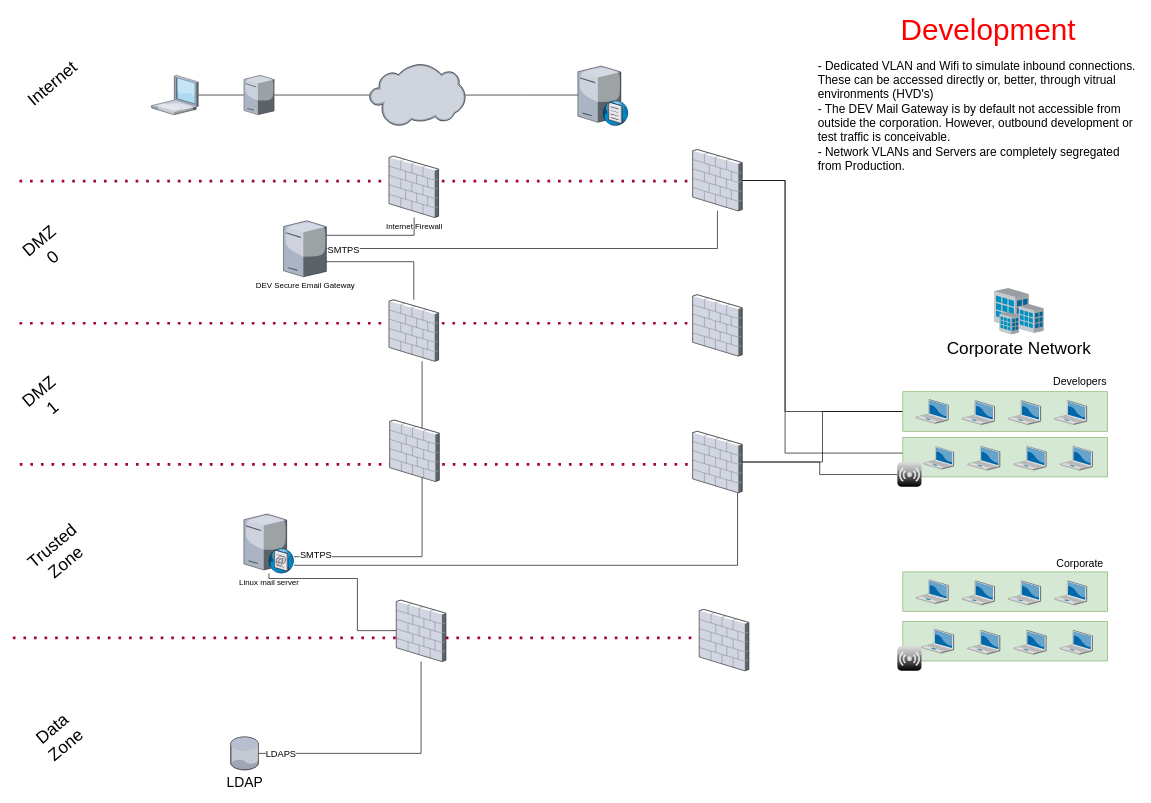
Earlier version of the draw.io diagram page "high level DEV" (3 of 4) of SMTP Gateway.drawio (dachachacha/dotfiles). Source tidied: cells renumbered, new cells numbered last; positions are measured from the earlier drawing's top-left corner, leaving out a move shared by most shapes. Both pictures are drawn from the tidied source at 66%, with x=0, y=0 at pixel (13, 17).
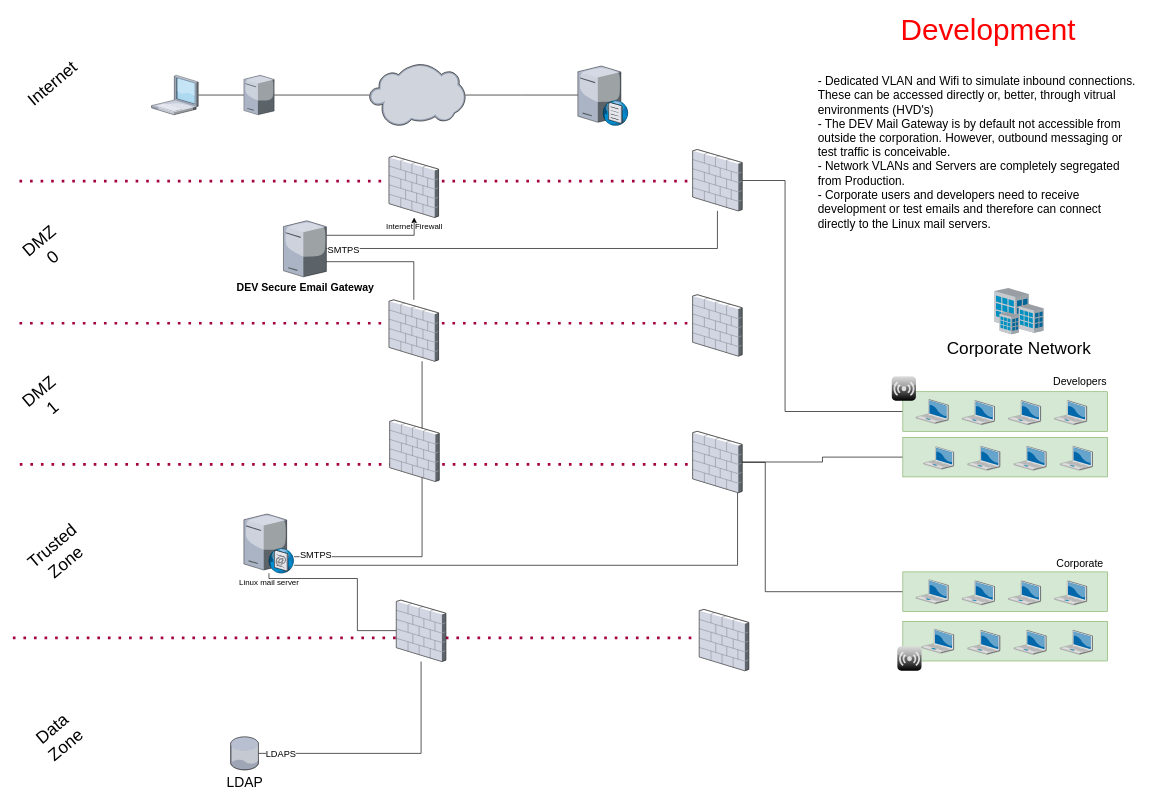
The same diagram, later.

Unchanged cells that the change refers to:
```xml
<mxCell id="16" style="verticalLabelPosition=bottom;sketch=0;html=1;verticalAlign=top;strokeColor=none;align=center;outlineConnect=0;shape=mxgraph.citrix.firewall;fontSize=26;" parent="1" vertex="1">
  <mxGeometry x="1030" y="627" width="75" height="93" as="geometry" />
</mxCell>
<mxCell id="23" style="rounded=0;whiteSpace=wrap;html=1;fontSize=26;align=left;fillColor=#d5e8d4;strokeColor=#82b366;" parent="1" vertex="1">
  <mxGeometry x="1348.4" y="840" width="310" height="60" as="geometry" />
</mxCell>
<mxCell id="34" value="Internet Firewall" style="verticalLabelPosition=bottom;sketch=0;html=1;verticalAlign=top;strokeColor=none;align=center;outlineConnect=0;shape=mxgraph.citrix.firewall;" parent="1" vertex="1">
  <mxGeometry x="570" y="210" width="75" height="93" as="geometry" />
</mxCell>
<mxCell id="50" style="rounded=0;whiteSpace=wrap;html=1;fontSize=26;align=left;fillColor=#d5e8d4;strokeColor=#82b366;" parent="1" vertex="1">
  <mxGeometry x="1348.4" y="636.1" width="310" height="60" as="geometry" />
</mxCell>
<mxCell id="59" style="rounded=0;whiteSpace=wrap;html=1;fontSize=26;align=left;fillColor=#d5e8d4;strokeColor=#82b366;" parent="1" vertex="1">
  <mxGeometry x="1348.4" y="567" width="310" height="60" as="geometry" />
</mxCell>
<mxCell id="64" style="verticalLabelPosition=bottom;sketch=0;html=1;verticalAlign=top;strokeColor=none;align=center;outlineConnect=0;shape=mxgraph.citrix.firewall;fontSize=26;" parent="1" vertex="1">
  <mxGeometry x="1030" y="200" width="75" height="93" as="geometry" />
</mxCell>
```

What changed in the source:
```diff
@@
-    <mxCell id="11" style="edgeStyle=orthogonalEdgeStyle;rounded=0;jettySize=auto;html=1;fontSize=16;fontColor=#000000;endArrow=none;endFill=0;strokeWidth=1;" parent="1" edge="1" source="12" target="34">
+    <mxCell id="11" style="edgeStyle=orthogonalEdgeStyle;rounded=0;jettySize=auto;html=1;fontSize=16;fontColor=#000000;endArrow=classic;endFill=1;strokeWidth=1;" parent="1" edge="1" source="12" target="34">
       <mxGeometry relative="1" as="geometry">
         <Array as="points">
           <mxPoint x="608" y="330" />
         </Array>
       </mxGeometry>
     </mxCell>
-    <mxCell id="12" value="DEV Secure Email Gateway" style="verticalLabelPosition=bottom;sketch=0;html=1;verticalAlign=top;strokeColor=none;align=center;outlineConnect=0;shape=mxgraph.citrix.license_server;" parent="1" vertex="1">
+    <mxCell id="12" value="&lt;font style=&quot;font-size: 16px;&quot;&gt;&lt;b&gt;DEV Secure Email Gateway&lt;/b&gt;&lt;/font&gt;" style="verticalLabelPosition=bottom;sketch=0;html=1;verticalAlign=top;strokeColor=none;align=center;outlineConnect=0;shape=mxgraph.citrix.license_server;" parent="1" vertex="1">
       <mxGeometry x="410" y="308" width="65" height="85" as="geometry" />
     </mxCell>
@@
+    <mxCell id="70" style="edgeStyle=orthogonalEdgeStyle;rounded=0;jettySize=auto;html=1;fontSize=16;fontColor=#000000;endArrow=none;endFill=0;strokeWidth=1;" parent="1" edge="1" source="23" target="16">
+      <mxGeometry relative="1" as="geometry">
+        <Array as="points">
+          <mxPoint x="1140" y="870" />
+          <mxPoint x="1140" y="674" />
+        </Array>
+      </mxGeometry>
+    </mxCell>
@@
-    <mxCell id="49" style="edgeStyle=orthogonalEdgeStyle;rounded=0;jettySize=auto;html=1;fontSize=16;fontColor=#000000;endArrow=none;endFill=0;strokeWidth=1;" parent="1" edge="1" source="50" target="64">
-      <mxGeometry relative="1" as="geometry">
-        <Array as="points">
-          <mxPoint x="1170" y="660" />
-          <mxPoint x="1170" y="247" />
-        </Array>
-      </mxGeometry>
-    </mxCell>
+    <mxCell id="71" style="edgeStyle=orthogonalEdgeStyle;rounded=0;jettySize=auto;html=1;fontSize=16;fontColor=#000000;endArrow=none;endFill=0;strokeWidth=1;" parent="1" edge="1" source="50" target="16">
+      <mxGeometry relative="1" as="geometry" />
+    </mxCell>
@@
-    <mxCell id="55" style="edgeStyle=orthogonalEdgeStyle;rounded=0;jettySize=auto;html=1;fontSize=16;fontColor=#000000;endArrow=none;endFill=0;strokeWidth=1;" parent="1" edge="1" source="56" target="16">
-      <mxGeometry relative="1" as="geometry" />
-    </mxCell>
-    <mxCell id="56" style="verticalLabelPosition=bottom;sketch=0;html=1;verticalAlign=top;strokeColor=none;align=center;outlineConnect=0;shape=mxgraph.citrix.role_repeater;fillColor=#CCCCCC;gradientColor=#000000;gradientDirection=south;fontSize=26;" parent="1" vertex="1">
-      <mxGeometry x="1340" y="674.1" width="36.8" height="36.8" as="geometry" />
-    </mxCell>
@@
-    <mxCell id="58" style="edgeStyle=orthogonalEdgeStyle;rounded=0;jettySize=auto;html=1;fontSize=16;fontColor=#000000;endArrow=none;endFill=0;strokeWidth=1;" parent="1" edge="1" source="59" target="16">
-      <mxGeometry relative="1" as="geometry" />
-    </mxCell>
@@
-    <mxCell id="65" value="&lt;font style=&quot;font-size: 18px;&quot;&gt;- Dedicated VLAN and Wifi to simulate inbound connections. These can be accessed directly or, better, through vitrual environments (HVD's)&lt;br&gt;- The DEV Mail Gateway is by default not accessible from outside the corporation. However, outbound development or test traffic is conceivable.&lt;br&gt;- Network VLANs and Servers are completely segregated from Production.&amp;nbsp;&lt;br&gt;&lt;/font&gt;" style="text;html=1;strokeColor=none;fillColor=none;align=left;verticalAlign=middle;whiteSpace=wrap;rounded=0;fontSize=12;rotation=0;" parent="1" vertex="1">
-      <mxGeometry x="1217.8" y="135" width="490" height="30" as="geometry" />
+    <mxCell id="65" value="&lt;font style=&quot;font-size: 18px;&quot;&gt;- Dedicated VLAN and Wifi to simulate inbound connections. These can be accessed directly or, better, through vitrual environments (HVD's)&lt;br&gt;- The DEV Mail Gateway is by default not accessible from outside the corporation. However, outbound messaging or test traffic is conceivable.&lt;br&gt;- Network VLANs and Servers are completely segregated from Production.&amp;nbsp;&lt;br&gt;- Corporate users and developers need to receive development or test emails and therefore can connect directly to the Linux mail servers.&amp;nbsp;&lt;br&gt;&lt;/font&gt;" style="text;html=1;strokeColor=none;fillColor=none;align=left;verticalAlign=middle;whiteSpace=wrap;rounded=0;fontSize=12;rotation=0;" parent="1" vertex="1">
+      <mxGeometry x="1217.8" y="190" width="490" height="30" as="geometry" />
     </mxCell>
@@
+    <mxCell id="56" style="verticalLabelPosition=bottom;sketch=0;html=1;verticalAlign=top;strokeColor=none;align=center;outlineConnect=0;shape=mxgraph.citrix.role_repeater;fillColor=#CCCCCC;gradientColor=#000000;gradientDirection=south;fontSize=26;" parent="1" vertex="1">
+      <mxGeometry x="1331.6" y="543.8" width="36.8" height="36.8" as="geometry" />
+    </mxCell>
```
